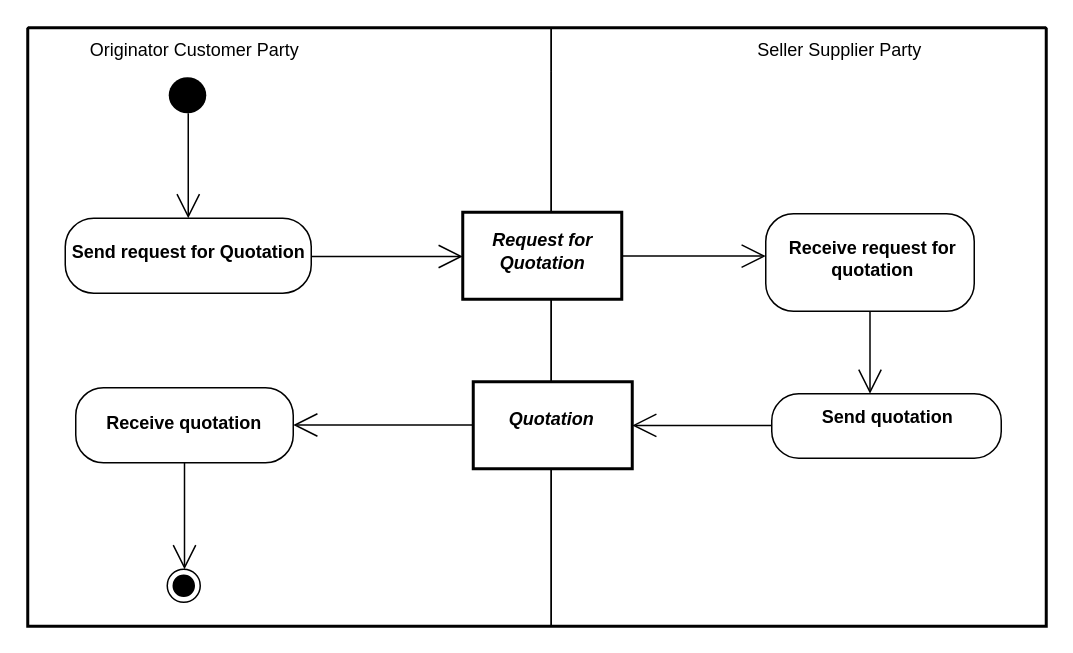
This is diagrams/UBL-2.0-SourcingBuyerInitiatedProcess/UBL-2.0-SourcingBuyerInitiatedProcess.drawio from kduvekot/ubl-work-on-svg-images, a draw.io file, before an edit. Source tidied: cells renumbered, new cells numbered last; positions are measured from the earlier drawing's top-left corner, leaving out a move shared by most shapes. Both pictures are drawn from the tidied source at 150%, with x=0, y=0 at pixel (27, 27).
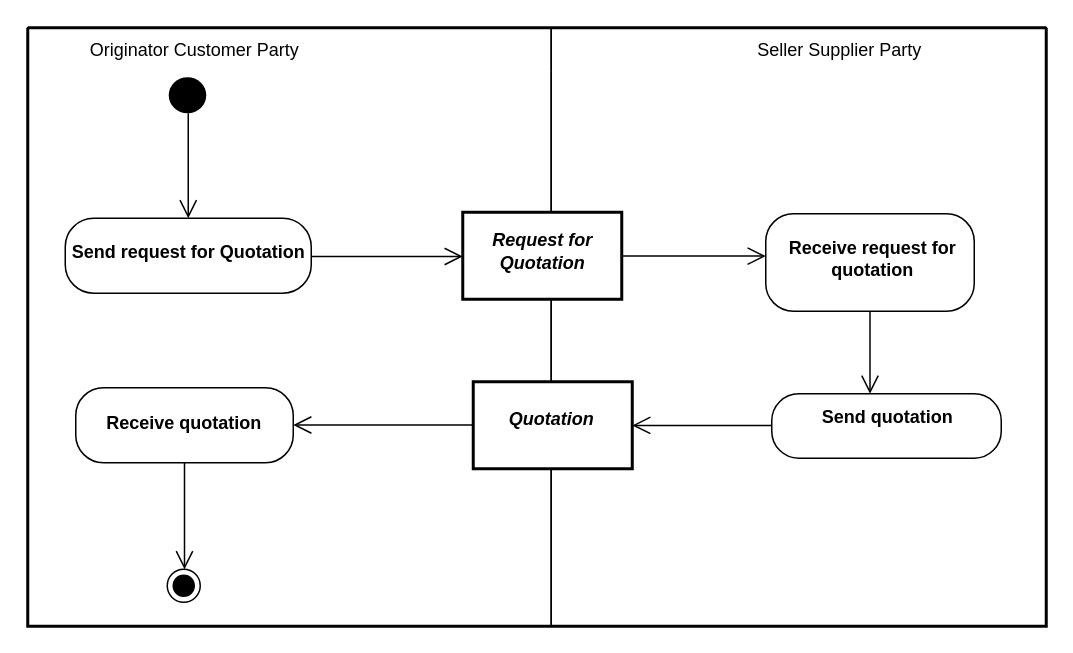
Above is the later version.

Diff of the diagram source:
```diff
@@
 <mxGraphModel>
   <root>
     <mxCell id="0" />
     <mxCell id="1" parent="0" />
     <mxCell id="2" style="swimlane;html=1;startSize=0;whiteSpace=wrap;fillColor=none;strokeWidth=2;" parent="1" vertex="1">
       <mxGeometry width="679" height="399" as="geometry" />
     </mxCell>
     <mxCell id="3" value="Originator Customer Party" style="swimlane;horizontal=1;startSize=29;swimlaneLine=0;html=1;fillColor=none;fontStyle=0;spacing=0;spacingRight=128;" parent="2" vertex="1">
       <mxGeometry width="349" height="399" as="geometry" />
     </mxCell>
     <mxCell id="4" value="Seller Supplier Party" style="swimlane;horizontal=1;startSize=29;swimlaneLine=0;html=1;fillColor=none;fontStyle=0;spacing=0;spacingLeft=53;" parent="2" vertex="1">
       <mxGeometry x="349" width="330" height="399" as="geometry" />
     </mxCell>
     <mxCell id="5" style="ellipse;shape=startState;fillColor=#000000;strokeColor=none;html=1;" parent="3" vertex="1">
       <mxGeometry x="90" y="29" width="33" height="32" as="geometry" />
     </mxCell>
     <mxCell id="6" value="Request for&lt;br&gt;Quotation" style="rounded=0;html=1;whiteSpace=nowrap;fontStyle=3;align=center;verticalAlign=middle;spacing=0;spacingRight=1;spacingBottom=6;strokeWidth=2;" parent="4" vertex="1">
       <mxGeometry x="-59" y="123" width="106" height="58" as="geometry" />
     </mxCell>
     <mxCell id="7" value="Receive request for&lt;br&gt;quotation" style="rounded=1;absoluteArcSize=1;arcSize=37;html=1;whiteSpace=nowrap;fontStyle=1;align=center;verticalAlign=middle;spacing=0;spacingLeft=3;spacingBottom=6;" parent="4" vertex="1">
       <mxGeometry x="143" y="124" width="139" height="65" as="geometry" />
     </mxCell>
     <mxCell id="8" value="Send request for Quotation" style="rounded=1;absoluteArcSize=1;arcSize=38;html=1;whiteSpace=nowrap;fontStyle=1;align=center;verticalAlign=middle;spacing=0;spacingRight=1;spacingBottom=4;" parent="3" vertex="1">
       <mxGeometry x="25" y="127" width="164" height="50" as="geometry" />
     </mxCell>
     <mxCell id="9" value="Quotation" style="rounded=0;html=1;whiteSpace=nowrap;fontStyle=3;align=center;verticalAlign=middle;spacing=0;spacingRight=2;spacingBottom=8;strokeWidth=2;" parent="4" vertex="1">
       <mxGeometry x="-52" y="236" width="106" height="58" as="geometry" />
     </mxCell>
     <mxCell id="10" value="Receive quotation" style="rounded=1;absoluteArcSize=1;arcSize=37;html=1;whiteSpace=nowrap;fontStyle=1;align=center;verticalAlign=middle;spacing=0;spacingRight=2;spacingBottom=2;" parent="3" vertex="1">
       <mxGeometry x="32" y="240" width="145" height="50" as="geometry" />
     </mxCell>
     <mxCell id="11" value="Send quotation" style="rounded=1;absoluteArcSize=1;arcSize=36;html=1;whiteSpace=nowrap;fontStyle=1;align=center;verticalAlign=middle;spacing=0;spacingLeft=1;spacingBottom=11;" parent="4" vertex="1">
       <mxGeometry x="147" y="244" width="153" height="43" as="geometry" />
     </mxCell>
     <mxCell id="12" style="ellipse;shape=endState;fillColor=#000000;html=1;" parent="3" vertex="1">
       <mxGeometry x="93" y="361" width="22" height="22" as="geometry" />
     </mxCell>
-    <mxCell id="13" style="edgeStyle=none;rounded=0;html=1;endArrow=open;endFill=0;endSize=14;exitPerimeter=0;entryX=0.5;entryY=0;entryPerimeter=0;exitX=0.515152;exitY=0.8758;" parent="3" edge="1" source="5" target="8">
+    <mxCell id="13" style="edgeStyle=none;rounded=0;html=1;endArrow=open;endFill=0;endSize=10;exitPerimeter=0;entryX=0.5;entryY=0;entryPerimeter=0;exitX=0.515152;exitY=0.8758;" parent="3" edge="1" source="5" target="8">
       <mxGeometry relative="1" as="geometry" />
     </mxCell>
-    <mxCell id="14" style="edgeStyle=none;rounded=0;html=1;endArrow=open;endFill=0;endSize=14;exitPerimeter=0;entryX=0;entryY=0.5086;entryPerimeter=0;exitX=1;exitY=0.509976;" parent="2" edge="1" source="8" target="6">
+    <mxCell id="14" style="edgeStyle=none;rounded=0;html=1;endArrow=open;endFill=0;endSize=10;exitPerimeter=0;entryX=0;entryY=0.5086;entryPerimeter=0;exitX=1;exitY=0.509976;" parent="2" edge="1" source="8" target="6">
       <mxGeometry relative="1" as="geometry" />
     </mxCell>
-    <mxCell id="15" style="edgeStyle=none;rounded=0;html=1;endArrow=open;endFill=0;endSize=14;exitPerimeter=0;entryX=0;entryY=0.4345;entryPerimeter=0;exitX=1;exitY=0.504181;" parent="4" edge="1" source="6" target="7">
+    <mxCell id="15" style="edgeStyle=none;rounded=0;html=1;endArrow=open;endFill=0;endSize=10;exitPerimeter=0;entryX=0;entryY=0.4345;entryPerimeter=0;exitX=1;exitY=0.504181;" parent="4" edge="1" source="6" target="7">
       <mxGeometry relative="1" as="geometry" />
     </mxCell>
-    <mxCell id="16" style="edgeStyle=none;rounded=0;html=1;endArrow=open;endFill=0;endSize=14;exitX=0.5;exitY=1;exitPerimeter=0;entryPerimeter=0;entryX=0.428105;entryY=0;" parent="4" edge="1" source="7" target="11">
+    <mxCell id="16" style="edgeStyle=none;rounded=0;html=1;endArrow=open;endFill=0;endSize=10;exitX=0.5;exitY=1;exitPerimeter=0;entryPerimeter=0;entryX=0.428105;entryY=0;" parent="4" edge="1" source="7" target="11">
       <mxGeometry relative="1" as="geometry" />
     </mxCell>
-    <mxCell id="17" style="edgeStyle=none;rounded=0;html=1;endArrow=open;endFill=0;endSize=14;exitPerimeter=0;entryX=1;entryY=0.5017;entryPerimeter=0;exitX=0;exitY=0.490665;" parent="4" edge="1" source="11" target="9">
+    <mxCell id="17" style="edgeStyle=none;rounded=0;html=1;endArrow=open;endFill=0;endSize=10;exitPerimeter=0;entryX=1;entryY=0.5017;entryPerimeter=0;exitX=0;exitY=0.490665;" parent="4" edge="1" source="11" target="9">
       <mxGeometry relative="1" as="geometry" />
     </mxCell>
-    <mxCell id="18" style="edgeStyle=none;rounded=0;html=1;endArrow=open;endFill=0;endSize=14;exitPerimeter=0;entryX=1;entryY=0.497;entryPerimeter=0;exitX=0;exitY=0.497414;" parent="2" edge="1" source="9" target="10">
+    <mxCell id="18" style="edgeStyle=none;rounded=0;html=1;endArrow=open;endFill=0;endSize=10;exitPerimeter=0;entryX=1;entryY=0.497;entryPerimeter=0;exitX=0;exitY=0.497414;" parent="2" edge="1" source="9" target="10">
       <mxGeometry relative="1" as="geometry" />
     </mxCell>
-    <mxCell id="19" style="edgeStyle=none;rounded=0;html=1;endArrow=open;endFill=0;endSize=14;exitX=0.5;exitY=1;exitPerimeter=0;entryPerimeter=0;entryX=0.522727;entryY=0;" parent="3" edge="1" source="10" target="12">
+    <mxCell id="19" style="edgeStyle=none;rounded=0;html=1;endArrow=open;endFill=0;endSize=10;exitX=0.5;exitY=1;exitPerimeter=0;entryPerimeter=0;entryX=0.522727;entryY=0;" parent="3" edge="1" source="10" target="12">
       <mxGeometry relative="1" as="geometry" />
     </mxCell>
   </root>
 </mxGraphModel>
```
